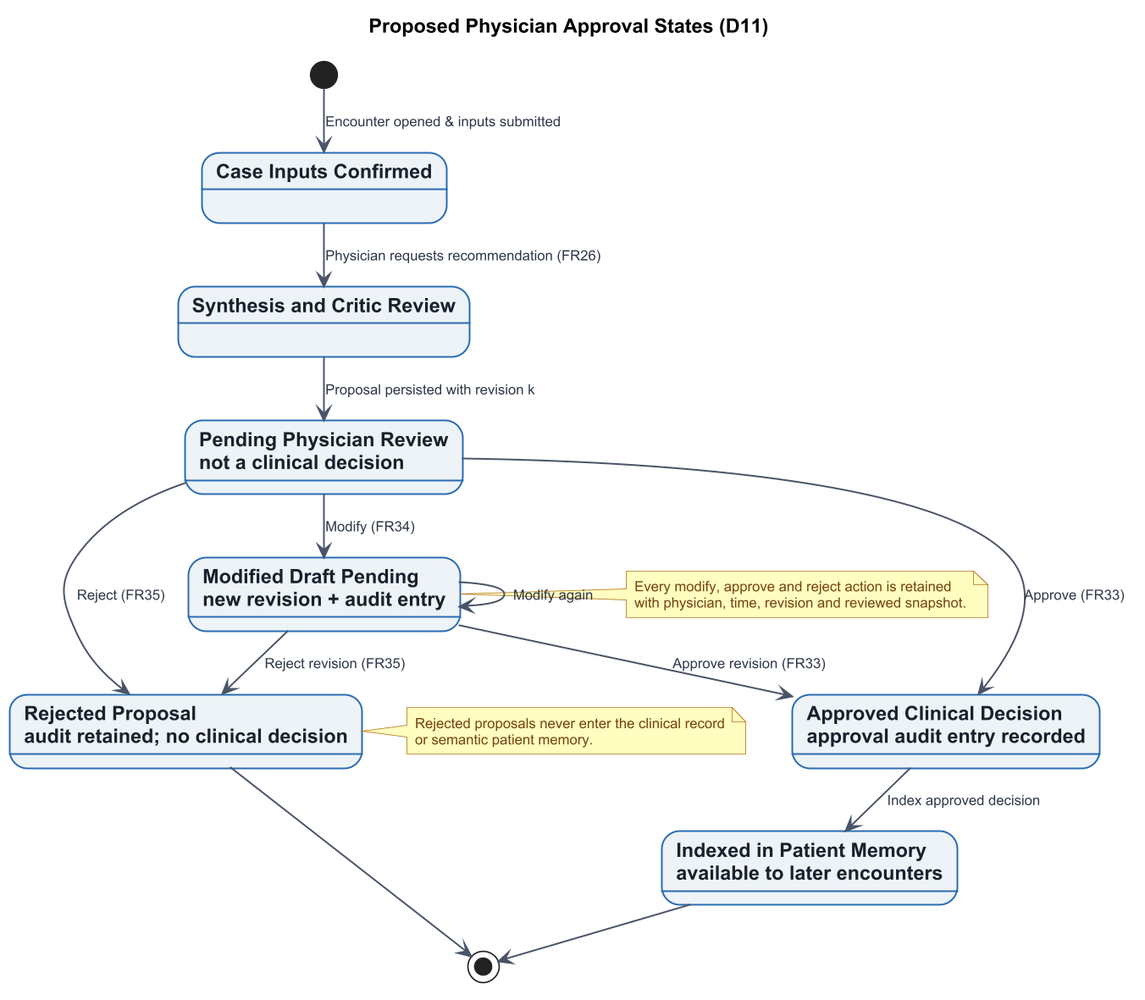
Before: Report template/Figures/esha_D11_approval_states.png, a diagram exported from PlantUML (fatimamalik2307/fyp-report).
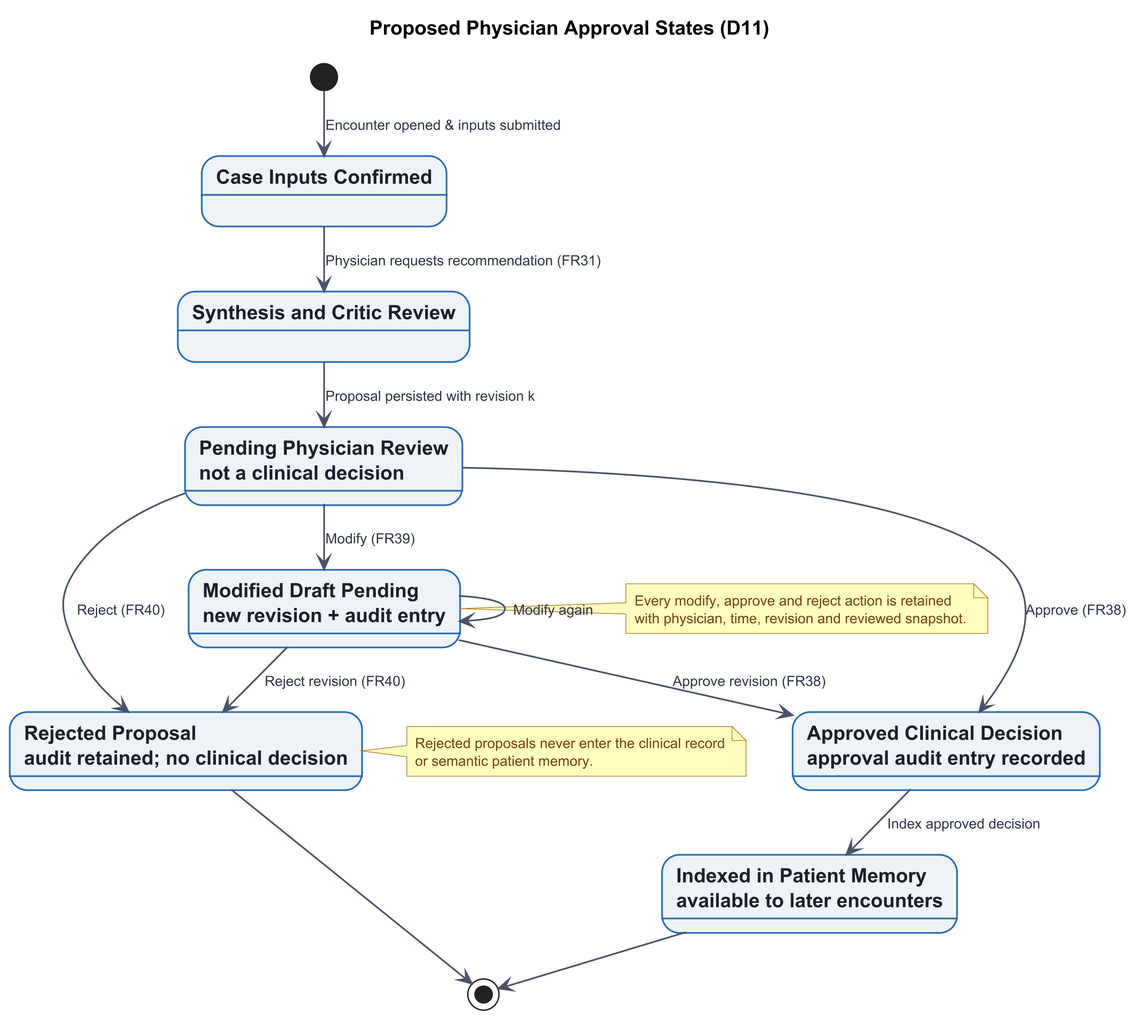
The same diagram one commit later.

The edit, as a diff of the source:
```diff
@@ -1,9 +1,9 @@
 @startuml esha_D11_approval_states
 skinparam backgroundColor #FFFFFF
 skinparam shadowing false
-skinparam defaultFontName Arial
+skinparam defaultFontName "Helvetica", "Arial", sans-serif
 skinparam defaultFontSize 14
-skinparam dpi 160
+skinparam dpi 300
 skinparam nodesep 32
 skinparam ranksep 32
 
@@ -37,7 +37,7 @@
 
 state "Case Inputs Confirmed" as CaseDrafting
 
-CaseDrafting --> SynthesisAndCritic : Physician requests recommendation (FR26)
+CaseDrafting --> SynthesisAndCritic : Physician requests recommendation (FR31)
 
 state "Synthesis and Critic Review" as SynthesisAndCritic
 
@@ -53,14 +53,14 @@
 
 state "Rejected Proposal\naudit retained; no clinical decision" as ExplicitlyRejected
 
-PendingReview --> ModifiedDraftPending : Modify (FR34)
+PendingReview --> ModifiedDraftPending : Modify (FR39)
 ModifiedDraftPending --> ModifiedDraftPending : Modify again
 
-PendingReview --> ExplicitlyApproved : Approve (FR33)
-ModifiedDraftPending --> ExplicitlyApproved : Approve revision (FR33)
+PendingReview --> ExplicitlyApproved : Approve (FR38)
+ModifiedDraftPending --> ExplicitlyApproved : Approve revision (FR38)
 
-PendingReview --> ExplicitlyRejected : Reject (FR35)
-ModifiedDraftPending --> ExplicitlyRejected : Reject revision (FR35)
+PendingReview --> ExplicitlyRejected : Reject (FR40)
+ModifiedDraftPending --> ExplicitlyRejected : Reject revision (FR40)
 
 ExplicitlyApproved --> IndexedInSemanticMemory : Index approved decision
 
```
